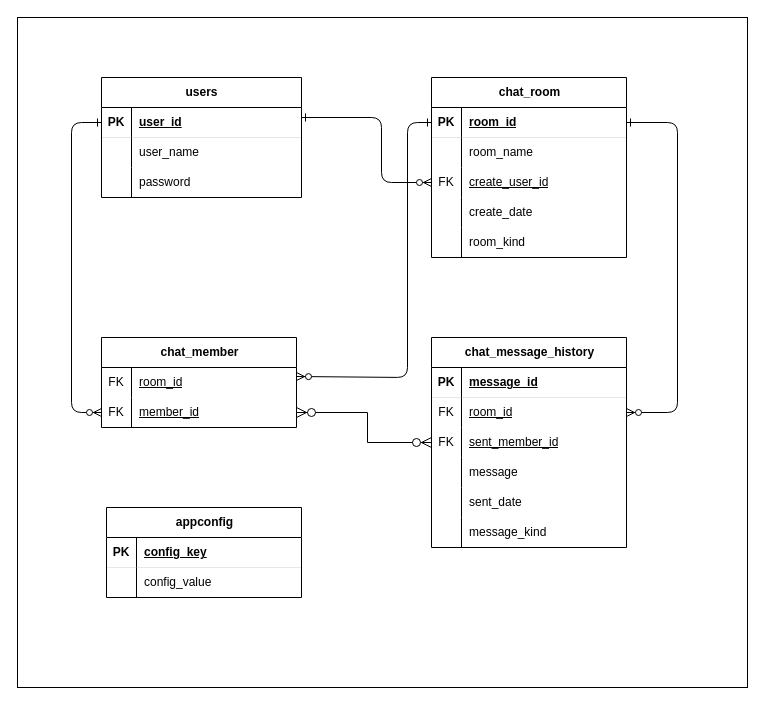
inakuuun/IksInfoShare keeps this draw.io diagram as DB設計/ER図.drawio. Above is the earlier version. Source tidied: cells renumbered, new cells numbered last; positions are measured from the earlier drawing's top-left corner, leaving out a move shared by most shapes. Both pictures are drawn from the tidied source at 100%, with x=0, y=0 at pixel (17, 17).
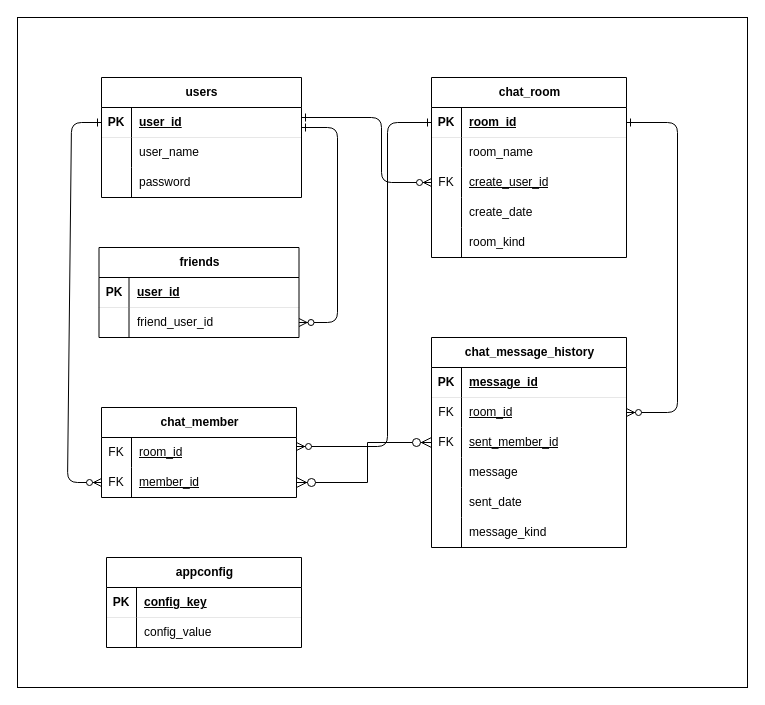
Above is the later version.

Commit message:
ER図.drawio を更新します

Unchanged cells that the change refers to:
```xml
<mxCell id="6" style="shape=tableRow;horizontal=0;startSize=0;swimlaneHead=0;swimlaneBody=0;fillColor=none;points=[[0,0.5],[1,0.5]];portConstraint=eastwest;top=0;left=0;right=0;bottom=1;strokeColor=default;align=center;verticalAlign=middle;fontFamily=Helvetica;fontSize=12;fontColor=default;strokeWidth=0;" parent="5" vertex="1">
  <mxGeometry y="30" width="195" height="30" as="geometry" />
</mxCell>
<mxCell id="28" style="shape=tableRow;horizontal=0;startSize=0;swimlaneHead=0;swimlaneBody=0;fillColor=none;points=[[0,0.5],[1,0.5]];portConstraint=eastwest;top=0;left=0;right=0;bottom=0;strokeColor=default;align=center;verticalAlign=middle;fontFamily=Helvetica;fontSize=12;fontColor=default;" parent="21" vertex="1">
  <mxGeometry y="90" width="195" height="30" as="geometry" />
</mxCell>
<mxCell id="41" style="shape=tableRow;horizontal=0;startSize=0;swimlaneHead=0;swimlaneBody=0;fillColor=none;points=[[0,0.5],[1,0.5]];portConstraint=eastwest;top=0;left=0;right=0;bottom=1;strokeColor=default;align=center;verticalAlign=middle;fontFamily=Helvetica;fontSize=12;fontColor=default;strokeWidth=0;" parent="40" vertex="1">
  <mxGeometry y="30" width="200" height="30" as="geometry" />
</mxCell>
<mxCell id="51" style="shape=tableRow;horizontal=0;startSize=0;swimlaneHead=0;swimlaneBody=0;fillColor=none;points=[[0,0.5],[1,0.5]];portConstraint=eastwest;top=0;left=0;right=0;bottom=0;strokeColor=default;align=center;verticalAlign=middle;fontFamily=Helvetica;fontSize=12;fontColor=default;" parent="50" vertex="1">
  <mxGeometry y="30" width="195" height="30" as="geometry" />
</mxCell>
<mxCell id="54" style="shape=tableRow;horizontal=0;startSize=0;swimlaneHead=0;swimlaneBody=0;fillColor=none;points=[[0,0.5],[1,0.5]];portConstraint=eastwest;top=0;left=0;right=0;bottom=0;strokeColor=default;align=center;verticalAlign=middle;fontFamily=Helvetica;fontSize=12;fontColor=default;" parent="50" vertex="1">
  <mxGeometry y="60" width="195" height="30" as="geometry" />
</mxCell>
```

Change to the diagram source:
```diff
@@
     <mxCell id="50" value="chat_member" style="shape=table;startSize=30;childLayout=tableLayout;rowLines=0;fontStyle=1;align=center;html=1;strokeColor=default;verticalAlign=middle;fontFamily=Helvetica;fontSize=12;fontColor=default;fillColor=none;" parent="1" vertex="1">
-      <mxGeometry x="84" y="320" width="195" height="90" as="geometry" />
+      <mxGeometry x="84" y="390" width="195" height="90" as="geometry" />
     </mxCell>
@@
     <mxCell id="57" style="endArrow=ERzeroToMany;startArrow=ERone;endFill=1;startFill=0;entryX=0;entryY=0.5;entryDx=0;entryDy=0;exitX=0;exitY=0.5;exitDx=0;exitDy=0;" parent="1" edge="1" source="41" target="54">
       <mxGeometry relative="1" as="geometry">
         <Array as="points">
           <mxPoint x="54" y="105" />
-          <mxPoint x="54" y="395" />
+          <mxPoint x="50" y="465" />
         </Array>
       </mxGeometry>
     </mxCell>
     <mxCell id="58" style="endArrow=ERzeroToMany;startArrow=ERone;endFill=1;startFill=0;entryX=1;entryY=0.3;entryDx=0;entryDy=0;exitX=0;exitY=0.5;exitDx=0;exitDy=0;entryPerimeter=0;" parent="1" edge="1" source="6" target="51">
       <mxGeometry relative="1" as="geometry">
         <Array as="points">
-          <mxPoint x="390" y="105" />
-          <mxPoint x="390" y="360" />
+          <mxPoint x="370" y="105" />
+          <mxPoint x="370" y="429" />
         </Array>
       </mxGeometry>
     </mxCell>
     <mxCell id="59" value="appconfig" style="shape=table;startSize=30;childLayout=tableLayout;rowLines=0;fontStyle=1;align=center;html=1;strokeColor=default;verticalAlign=middle;fontFamily=Helvetica;fontSize=12;fontColor=default;fillColor=none;" parent="1" vertex="1">
-      <mxGeometry x="89" y="490" width="195" height="90" as="geometry" />
+      <mxGeometry x="89" y="540" width="195" height="90" as="geometry" />
     </mxCell>
@@
     <mxCell id="67" style="fontSize=12;html=1;endArrow=ERzeroToMany;endFill=1;startArrow=ERzeroToMany;rounded=0;startSize=8;endSize=8;exitX=1;exitY=0.5;exitDx=0;exitDy=0;entryX=0;entryY=0.5;entryDx=0;entryDy=0;" parent="1" edge="1" source="54" target="28">
       <mxGeometry relative="1" as="geometry">
         <Array as="points">
-          <mxPoint x="350" y="395" />
+          <mxPoint x="350" y="465" />
           <mxPoint x="350" y="425" />
         </Array>
       </mxGeometry>
     </mxCell>
+    <mxCell id="68" value="friends" style="shape=table;startSize=30;childLayout=tableLayout;rowLines=0;fontStyle=1;align=center;html=1;strokeColor=default;verticalAlign=middle;fontFamily=Helvetica;fontSize=12;fontColor=default;fillColor=none;" parent="1" vertex="1">
+      <mxGeometry x="81.5" y="230" width="200" height="90" as="geometry" />
+    </mxCell>
+    <mxCell id="69" style="shape=tableRow;horizontal=0;startSize=0;swimlaneHead=0;swimlaneBody=0;fillColor=none;top=0;left=0;right=0;bottom=1;strokeColor=default;align=center;verticalAlign=middle;fontFamily=Helvetica;fontSize=12;fontColor=default;strokeWidth=0;" parent="68" vertex="1">
+      <mxGeometry y="30" width="200" height="30" as="geometry" />
+    </mxCell>
+    <mxCell id="70" value="PK" style="shape=partialRectangle;fillColor=none;top=0;left=0;bottom=0;right=0;fontStyle=1;overflow=hidden;whiteSpace=wrap;html=1;strokeColor=default;align=center;verticalAlign=middle;fontFamily=Helvetica;fontSize=12;fontColor=default;" parent="69" vertex="1">
+      <mxGeometry width="30" height="30" as="geometry" />
+    </mxCell>
+    <mxCell id="71" value="user_id" style="shape=partialRectangle;fillColor=none;top=0;left=0;bottom=0;right=0;align=left;spacingLeft=6;fontStyle=5;overflow=hidden;whiteSpace=wrap;html=1;strokeColor=default;verticalAlign=middle;fontFamily=Helvetica;fontSize=12;fontColor=default;" parent="69" vertex="1">
+      <mxGeometry x="30" width="170" height="30" as="geometry" />
+    </mxCell>
+    <mxCell id="72" style="shape=tableRow;horizontal=0;startSize=0;swimlaneHead=0;swimlaneBody=0;fillColor=none;points=[[0,0.5],[1,0.5]];portConstraint=eastwest;top=0;left=0;right=0;bottom=0;strokeColor=default;align=center;verticalAlign=middle;fontFamily=Helvetica;fontSize=12;fontColor=default;" parent="68" vertex="1">
+      <mxGeometry y="60" width="200" height="30" as="geometry" />
+    </mxCell>
+    <mxCell id="73" style="shape=partialRectangle;fillColor=none;top=0;left=0;bottom=0;right=0;overflow=hidden;whiteSpace=wrap;html=1;strokeColor=default;align=center;verticalAlign=middle;fontFamily=Helvetica;fontSize=12;fontColor=default;" parent="72" vertex="1">
+      <mxGeometry width="30" height="30" as="geometry" />
+    </mxCell>
+    <mxCell id="74" value="friend_user_id" style="shape=partialRectangle;fillColor=none;top=0;left=0;bottom=0;right=0;align=left;spacingLeft=6;overflow=hidden;whiteSpace=wrap;html=1;strokeColor=default;verticalAlign=middle;fontFamily=Helvetica;fontSize=12;fontColor=default;" parent="72" vertex="1">
+      <mxGeometry x="30" width="170" height="30" as="geometry" />
+    </mxCell>
+    <mxCell id="75" style="endArrow=ERzeroToMany;startArrow=ERone;endFill=1;startFill=0;entryX=1;entryY=0.5;entryDx=0;entryDy=0;exitX=1;exitY=0.667;exitDx=0;exitDy=0;exitPerimeter=0;" parent="1" edge="1" source="41" target="72">
+      <mxGeometry relative="1" as="geometry">
+        <Array as="points">
+          <mxPoint x="320" y="110" />
+          <mxPoint x="320" y="305" />
+        </Array>
+      </mxGeometry>
+    </mxCell>
```
